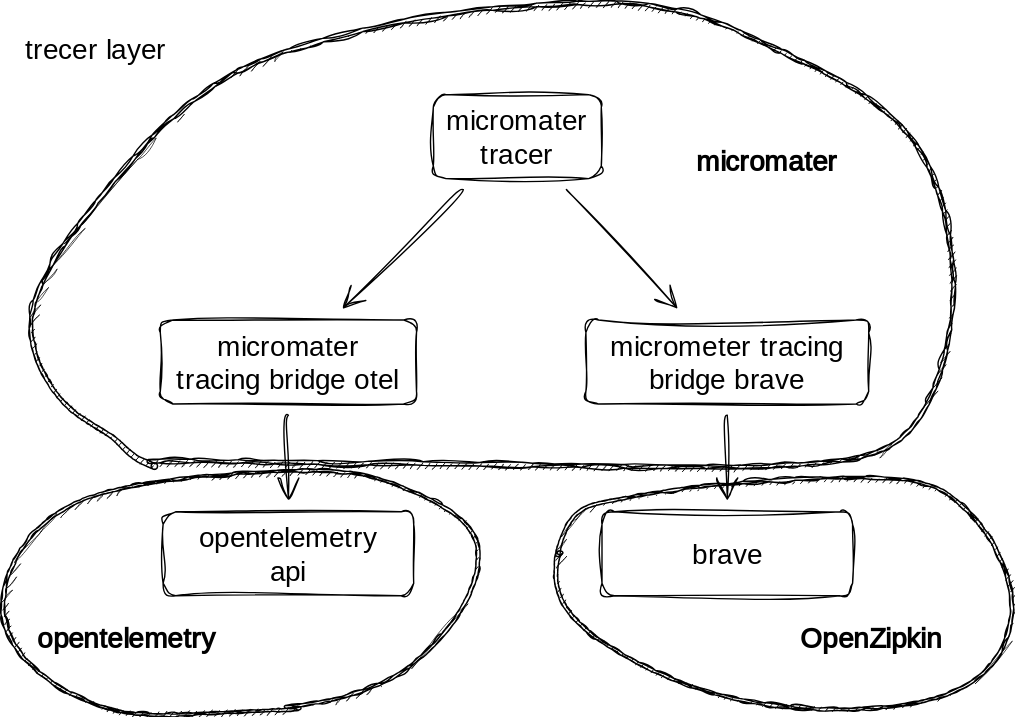
Above: dev/doc/images/tracer-layer-dependency.drawio.svg in shibadog/sample-micrometer-tracer (draw.io), before the change. Source tidied: cells renumbered, new cells last; positions are measured from the earlier drawing's top-left corner, leaving out a move shared by most shapes.
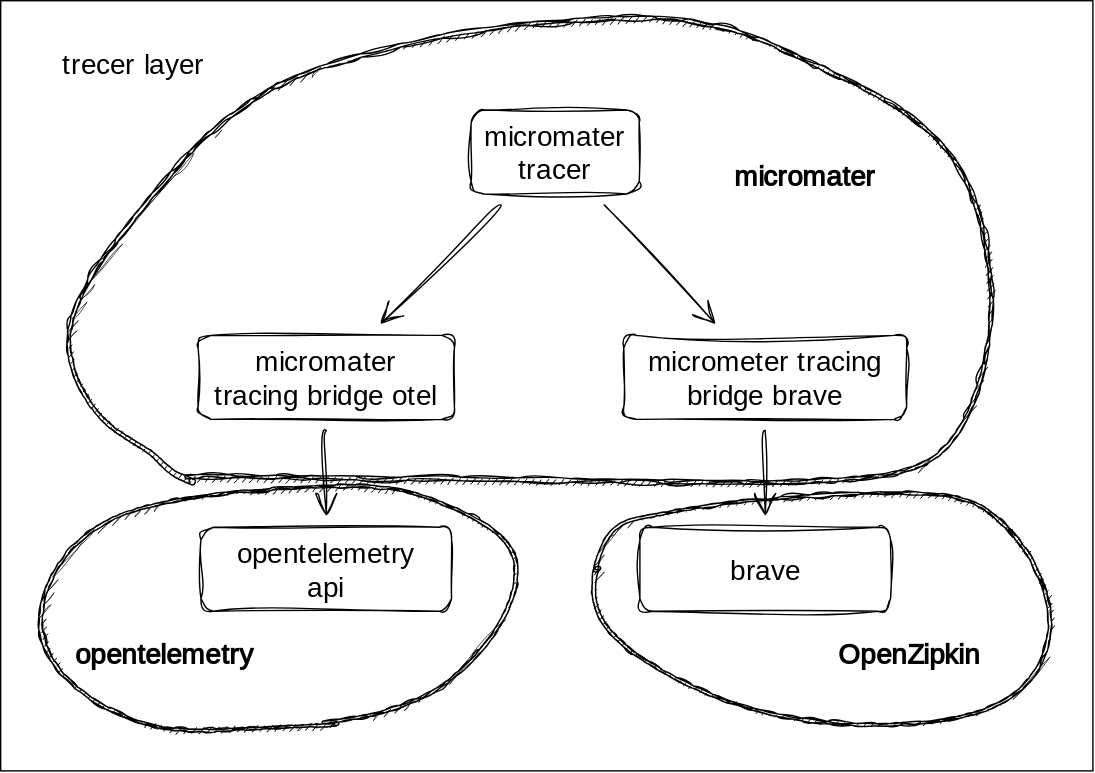
Above is the later version.

Change to the diagram source:
```diff
@@ -2,6 +2,9 @@
   <root>
     <mxCell id="0" />
     <mxCell id="1" parent="0" />
+    <mxCell id="18" style="rounded=0;whiteSpace=wrap;html=1;" parent="1" vertex="1">
+      <mxGeometry x="-27" y="-11" width="780" height="550" as="geometry" />
+    </mxCell>
     <mxCell id="2" style="edgeStyle=none;curved=1;rounded=0;sketch=1;hachureGap=4;jiggle=2;curveFitting=1;jettySize=auto;html=1;fontFamily=Architects Daughter;fontSource=https%3A%2F%2Ffonts.googleapis.com%2Fcss%3Ffamily%3DArchitects%2BDaughter;fontSize=16;endArrow=open;startSize=14;endSize=14;sourcePerimeterSpacing=8;targetPerimeterSpacing=8;" parent="1" edge="1" source="3" target="7">
       <mxGeometry relative="1" as="geometry" />
     </mxCell>
```
